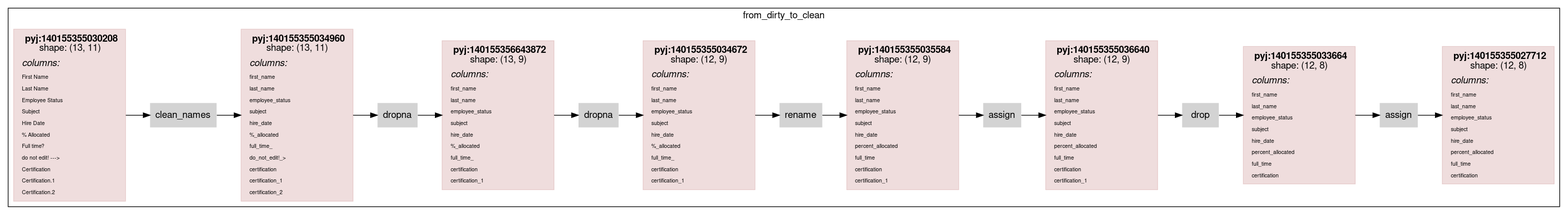
Earlier version of the Graphviz export scripts/rdflog/dirty-clean-w-cmp.ttl.dot.png (asmirnov69/pyjviz-poc). Its source is kept beside it as scripts/rdflog/dirty-clean-w-cmp.ttl.dot.
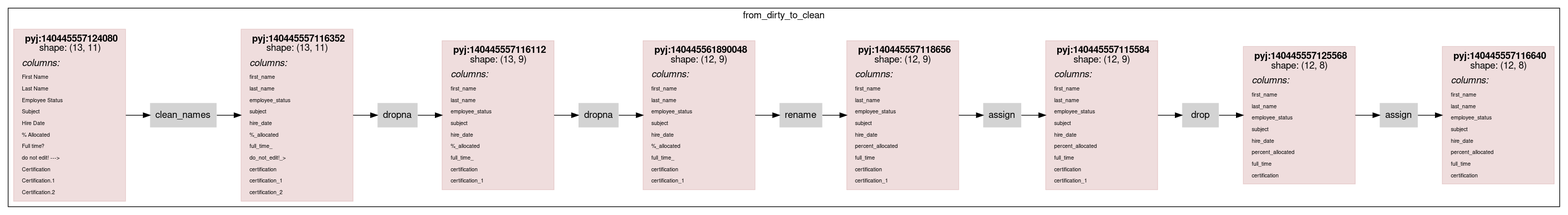
Above is the later version.

Change to the diagram source:
```diff
@@ -14,7 +14,7 @@
                 color="#88000022"
                 shape = rect
                 label = <<table border="0" cellborder="0" cellspacing="0" cellpadding="4">
-                         <tr> <td> <b>pyj:140155355030208</b><br/>shape: (13, 11)</td> </tr>
+                         <tr> <td> <b>pyj:140445557124080</b><br/>shape: (13, 11)</td> </tr>
                          <tr> <td align="left"><i>columns:</i><br align="left"/></td></tr>
                 <tr><td align="left"><FONT POINT-SIZE="8px">First Name</FONT></td></tr>
 <tr><td align="left"><FONT POINT-SIZE="8px">Last Name</FONT></td></tr>
@@ -33,7 +33,7 @@
                 color="#88000022"
                 shape = rect
                 label = <<table border="0" cellborder="0" cellspacing="0" cellpadding="4">
-                         <tr> <td> <b>pyj:140155355034960</b><br/>shape: (13, 11)</td> </tr>
+                         <tr> <td> <b>pyj:140445557116352</b><br/>shape: (13, 11)</td> </tr>
                          <tr> <td align="left"><i>columns:</i><br align="left"/></td></tr>
                 <tr><td align="left"><FONT POINT-SIZE="8px">first_name</FONT></td></tr>
 <tr><td align="left"><FONT POINT-SIZE="8px">last_name</FONT></td></tr>
@@ -52,7 +52,7 @@
                 color="#88000022"
                 shape = rect
                 label = <<table border="0" cellborder="0" cellspacing="0" cellpadding="4">
-                         <tr> <td> <b>pyj:140155356643872</b><br/>shape: (13, 9)</td> </tr>
+                         <tr> <td> <b>pyj:140445557116112</b><br/>shape: (13, 9)</td> </tr>
                          <tr> <td align="left"><i>columns:</i><br align="left"/></td></tr>
                 <tr><td align="left"><FONT POINT-SIZE="8px">first_name</FONT></td></tr>
 <tr><td align="left"><FONT POINT-SIZE="8px">last_name</FONT></td></tr>
@@ -69,7 +69,7 @@
                 color="#88000022"
                 shape = rect
                 label = <<table border="0" cellborder="0" cellspacing="0" cellpadding="4">
-                         <tr> <td> <b>pyj:140155355034672</b><br/>shape: (12, 9)</td> </tr>
+                         <tr> <td> <b>pyj:140445561890048</b><br/>shape: (12, 9)</td> </tr>
                          <tr> <td align="left"><i>columns:</i><br align="left"/></td></tr>
                 <tr><td align="left"><FONT POINT-SIZE="8px">first_name</FONT></td></tr>
 <tr><td align="left"><FONT POINT-SIZE="8px">last_name</FONT></td></tr>
@@ -86,7 +86,7 @@
                 color="#88000022"
                 shape = rect
                 label = <<table border="0" cellborder="0" cellspacing="0" cellpadding="4">
-                         <tr> <td> <b>pyj:140155355035584</b><br/>shape: (12, 9)</td> </tr>
+                         <tr> <td> <b>pyj:140445557118656</b><br/>shape: (12, 9)</td> </tr>
                          <tr> <td align="left"><i>columns:</i><br align="left"/></td></tr>
                 <tr><td align="left"><FONT POINT-SIZE="8px">first_name</FONT></td></tr>
 <tr><td align="left"><FONT POINT-SIZE="8px">last_name</FONT></td></tr>
@@ -103,7 +103,7 @@
                 color="#88000022"
                 shape = rect
                 label = <<table border="0" cellborder="0" cellspacing="0" cellpadding="4">
-                         <tr> <td> <b>pyj:140155355036640</b><br/>shape: (12, 9)</td> </tr>
+                         <tr> <td> <b>pyj:140445557115584</b><br/>shape: (12, 9)</td> </tr>
                          <tr> <td align="left"><i>columns:</i><br align="left"/></td></tr>
                 <tr><td align="left"><FONT POINT-SIZE="8px">first_name</FONT></td></tr>
 <tr><td align="left"><FONT POINT-SIZE="8px">last_name</FONT></td></tr>
@@ -120,7 +120,7 @@
                 color="#88000022"
                 shape = rect
                 label = <<table border="0" cellborder="0" cellspacing="0" cellpadding="4">
-                         <tr> <td> <b>pyj:140155355033664</b><br/>shape: (12, 8)</td> </tr>
+                         <tr> <td> <b>pyj:140445557125568</b><br/>shape: (12, 8)</td> </tr>
                          <tr> <td align="left"><i>columns:</i><br align="left"/></td></tr>
                 <tr><td align="left"><FONT POINT-SIZE="8px">first_name</FONT></td></tr>
 <tr><td align="left"><FONT POINT-SIZE="8px">last_name</FONT></td></tr>
@@ -136,7 +136,7 @@
                 color="#88000022"
                 shape = rect
                 label = <<table border="0" cellborder="0" cellspacing="0" cellpadding="4">
-                         <tr> <td> <b>pyj:140155355027712</b><br/>shape: (12, 8)</td> </tr>
+                         <tr> <td> <b>pyj:140445557116640</b><br/>shape: (12, 8)</td> </tr>
                          <tr> <td align="left"><i>columns:</i><br align="left"/></td></tr>
                 <tr><td align="left"><FONT POINT-SIZE="8px">first_name</FONT></td></tr>
 <tr><td align="left"><FONT POINT-SIZE="8px">last_name</FONT></td></tr>
```
